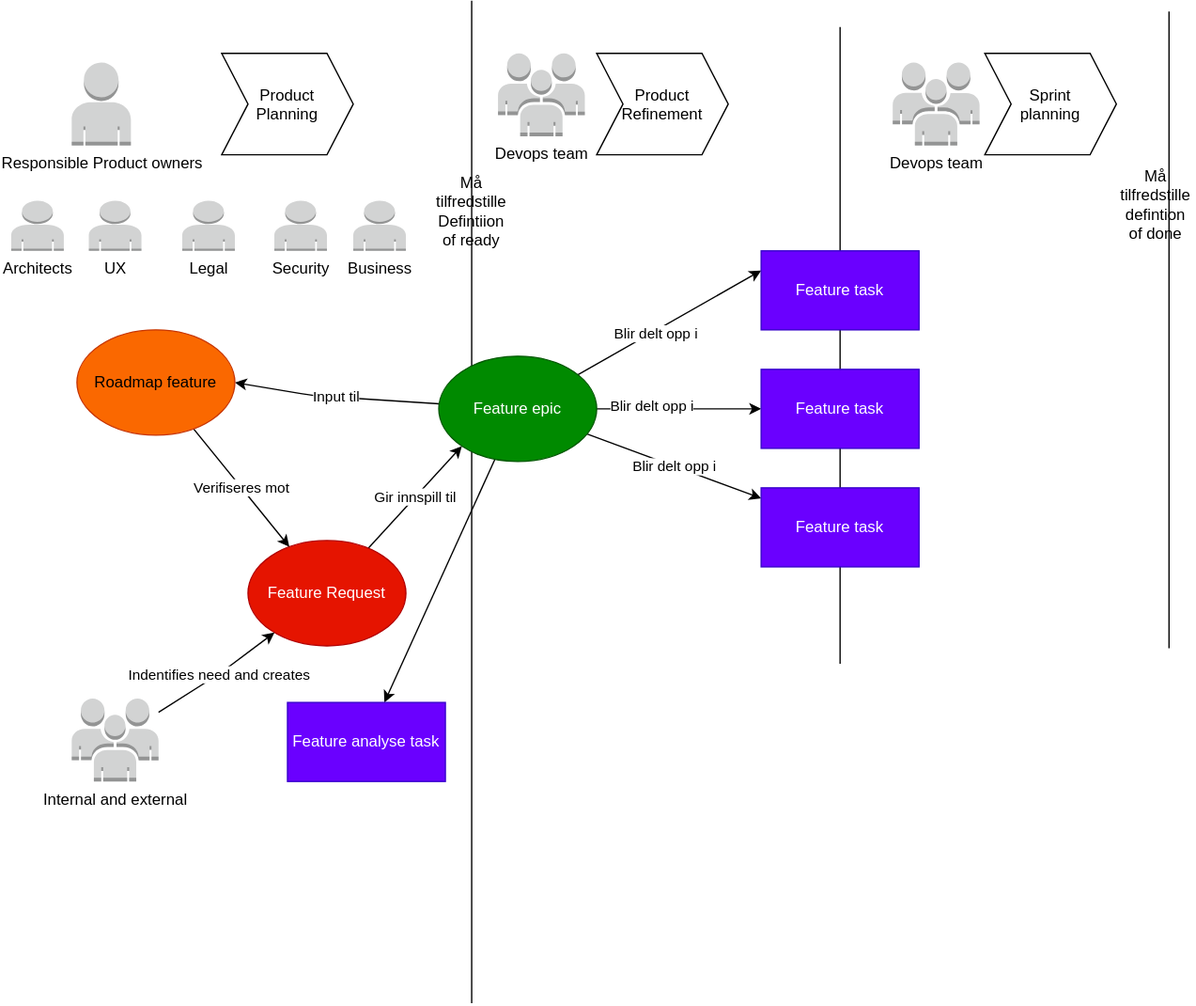
This is content/community/devops/roadmapprocess/roadmapprocess.drawio.svg from Altinn/altinn-studio-docs, a draw.io export, as it was before one commit. Source tidied: cells renumbered, new cells last; positions are measured from the earlier drawing's top-left corner, leaving out a move shared by most shapes.
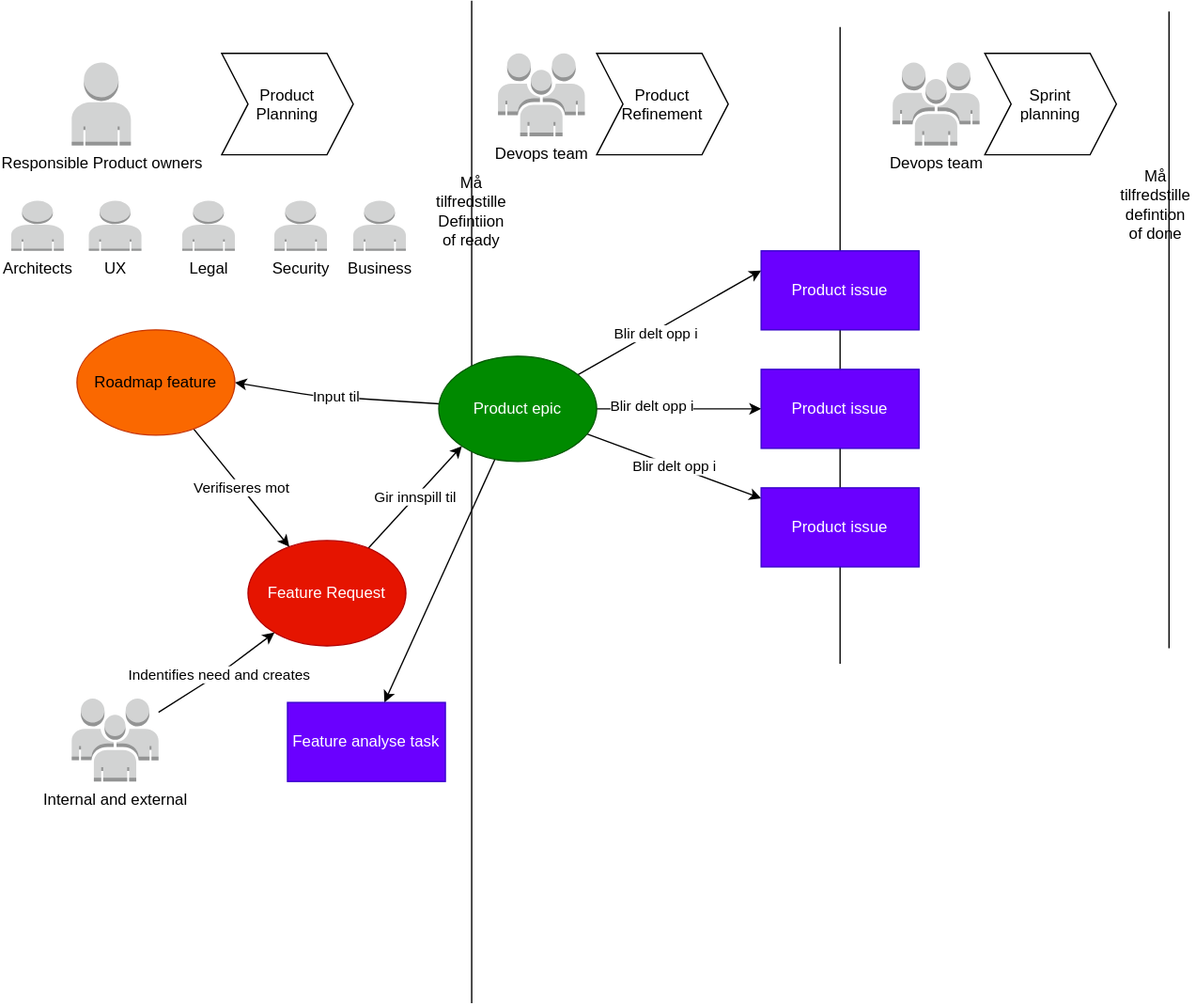
The same diagram one commit later.

What changed in the source:
```diff
@@ -66,13 +66,13 @@
     <mxCell id="19" value="Blir delt opp i" style="edgeStyle=none;html=1;" parent="1" edge="1" source="27" target="21">
       <mxGeometry relative="1" as="geometry" />
     </mxCell>
-    <mxCell id="20" value="Feature task" style="rounded=0;whiteSpace=wrap;html=1;fillColor=#6a00ff;fontColor=#ffffff;strokeColor=#3700CC;" parent="1" vertex="1">
+    <mxCell id="20" value="Product issue" style="rounded=0;whiteSpace=wrap;html=1;fillColor=#6a00ff;fontColor=#ffffff;strokeColor=#3700CC;" parent="1" vertex="1">
       <mxGeometry x="570" y="190" width="120" height="60" as="geometry" />
     </mxCell>
-    <mxCell id="21" value="Feature task" style="rounded=0;whiteSpace=wrap;html=1;fillColor=#6a00ff;fontColor=#ffffff;strokeColor=#3700CC;" parent="1" vertex="1">
+    <mxCell id="21" value="Product issue" style="rounded=0;whiteSpace=wrap;html=1;fillColor=#6a00ff;fontColor=#ffffff;strokeColor=#3700CC;" parent="1" vertex="1">
       <mxGeometry x="570" y="370" width="120" height="60" as="geometry" />
     </mxCell>
-    <mxCell id="22" value="Feature task" style="rounded=0;whiteSpace=wrap;html=1;fillColor=#6a00ff;fontColor=#ffffff;strokeColor=#3700CC;" parent="1" vertex="1">
+    <mxCell id="22" value="Product issue" style="rounded=0;whiteSpace=wrap;html=1;fillColor=#6a00ff;fontColor=#ffffff;strokeColor=#3700CC;" parent="1" vertex="1">
       <mxGeometry x="570" y="280" width="120" height="60" as="geometry" />
     </mxCell>
     <mxCell id="23" value="Må tilfredstille Defintiion of ready" style="text;html=1;strokeColor=none;fillColor=none;align=center;verticalAlign=middle;whiteSpace=wrap;rounded=0;" parent="1" vertex="1">
@@ -90,7 +90,7 @@
     <mxCell id="26" style="edgeStyle=none;html=1;" parent="1" edge="1" source="27" target="30">
       <mxGeometry relative="1" as="geometry" />
     </mxCell>
-    <mxCell id="27" value="Feature epic" style="ellipse;whiteSpace=wrap;html=1;fillColor=#008a00;fontColor=#ffffff;strokeColor=#005700;" parent="1" vertex="1">
+    <mxCell id="27" value="Product epic" style="ellipse;whiteSpace=wrap;html=1;fillColor=#008a00;fontColor=#ffffff;strokeColor=#005700;" parent="1" vertex="1">
       <mxGeometry x="325" y="270" width="120" height="80" as="geometry" />
     </mxCell>
     <mxCell id="28" value="Indentifies need and creates" style="edgeStyle=none;html=1;" parent="1" edge="1" source="29" target="8">
```
